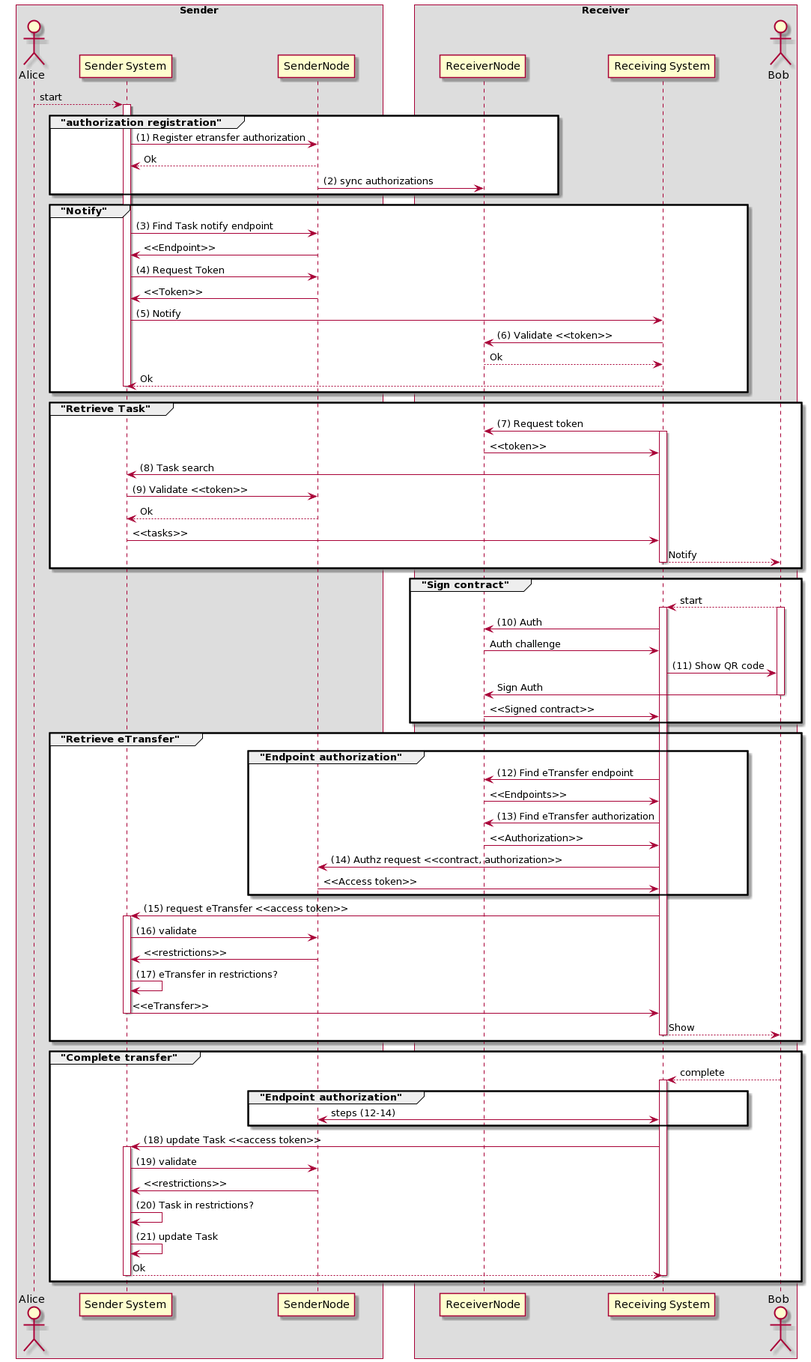
This is .gitbook/assets/etransfer.png from nuts-foundation/bolts, a PlantUML export, as it was before one commit. Its source is kept beside it as .gitbook/assets/etransfer.puml.
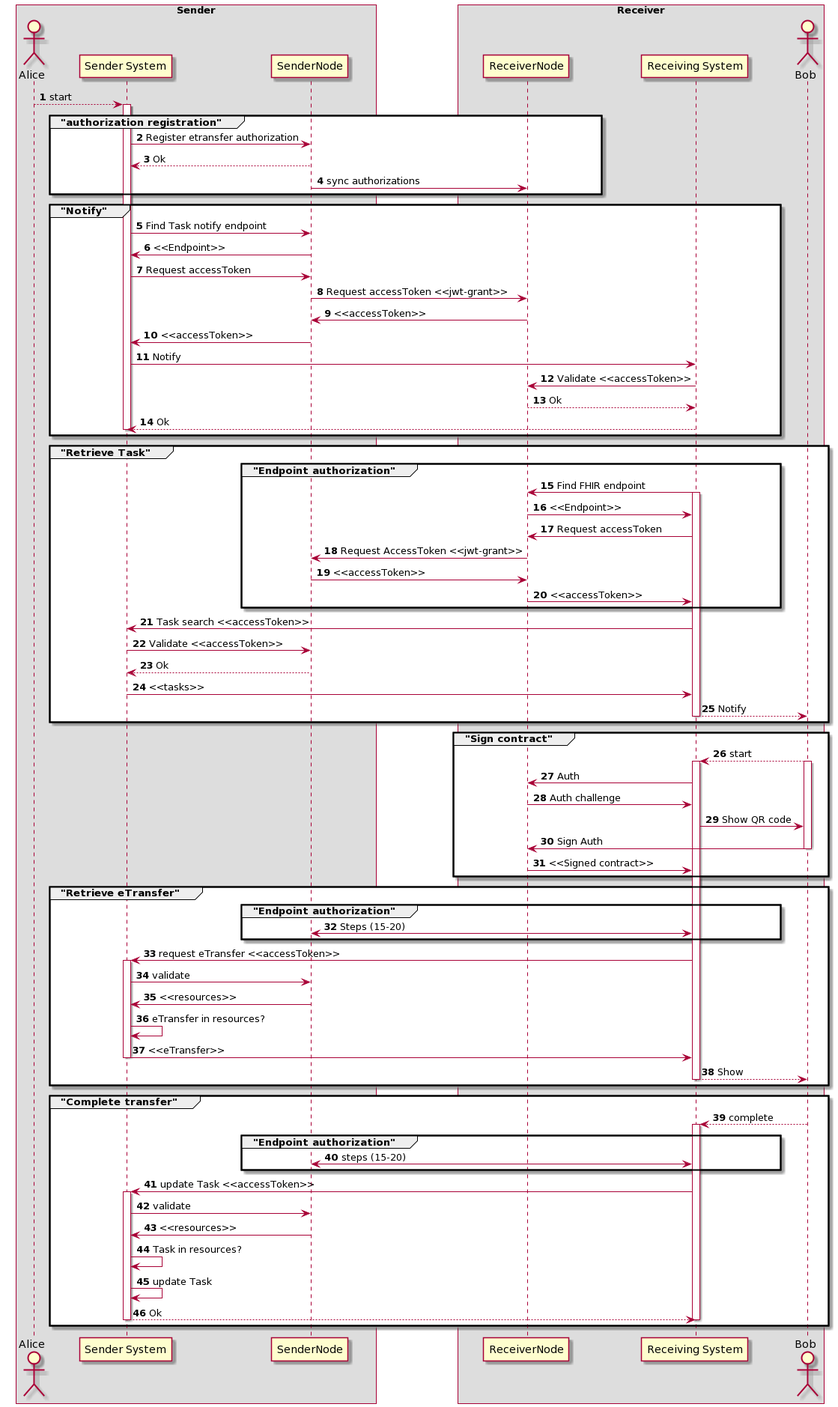
After the change.

Commit message:
changes to seq diagram. Added access policy and authorization contents

The edit, as a diff of the source:
```diff
@@ -1,4 +1,5 @@
 @startuml
+autonumber
 skinparam ParticipantPadding 30
 skinparam BoxPadding 20
 
@@ -16,29 +17,37 @@
 Alice --> Sender: start
 activate Sender
 group "authorization registration"
-  Sender -> SenderNode: (1) Register etransfer authorization
+  Sender -> SenderNode: Register etransfer authorization
   SenderNode --> Sender: Ok
-  SenderNode -> ReceiverNode: (2) sync authorizations
+  SenderNode -> ReceiverNode: sync authorizations
 end
 
 group "Notify"
-  Sender -> SenderNode: (3) Find Task notify endpoint
+  Sender -> SenderNode: Find Task notify endpoint
   SenderNode -> Sender: <<Endpoint>>
-  Sender -> SenderNode: (4) Request Token
-  SenderNode -> Sender: <<Token>>
-  Sender -> Receiver: (5) Notify
-  Receiver -> ReceiverNode: (6) Validate <<token>>
+  Sender -> SenderNode: Request accessToken
+  SenderNode -> ReceiverNode:Request accessToken <<jwt-grant>>
+  ReceiverNode -> SenderNode: <<accessToken>>
+  SenderNode -> Sender: <<accessToken>>
+  Sender -> Receiver: Notify
+  Receiver -> ReceiverNode: Validate <<accessToken>>
   ReceiverNode --> Receiver: Ok
   Receiver --> Sender: Ok
   deactivate Sender
 end
 
 group "Retrieve Task"
-  Receiver -> ReceiverNode: (7) Request token
-  activate Receiver
-  ReceiverNode -> Receiver: <<token>>
-  Receiver -> Sender: (8) Task search
-  Sender -> SenderNode: (9) Validate <<token>>
+  group "Endpoint authorization"
+    Receiver -> ReceiverNode: Find FHIR endpoint
+    activate Receiver
+    ReceiverNode -> Receiver: <<Endpoint>>
+    Receiver -> ReceiverNode: Request accessToken
+    ReceiverNode -> SenderNode: Request AccessToken <<jwt-grant>>
+    SenderNode -> ReceiverNode: <<accessToken>>
+    ReceiverNode -> Receiver: <<accessToken>>
+  end
+  Receiver -> Sender: Task search <<accessToken>>
+  Sender -> SenderNode: Validate <<accessToken>>
   SenderNode --> Sender: Ok
   Sender -> Receiver: <<tasks>>
   Receiver --> Bob: Notify
@@ -49,9 +58,9 @@
   Bob --> Receiver: start
   activate Bob
   activate Receiver
-  Receiver -> ReceiverNode: (10) Auth
+  Receiver -> ReceiverNode: Auth
   ReceiverNode -> Receiver: Auth challenge
-  Receiver -> Bob: (11) Show QR code
+  Receiver -> Bob: Show QR code
   Bob -> ReceiverNode: Sign Auth
   deactivate Bob
   ReceiverNode -> Receiver: <<Signed contract>>
@@ -59,18 +68,13 @@
 
 group "Retrieve eTransfer"
   group "Endpoint authorization"
-   Receiver -> ReceiverNode: (12) Find eTransfer endpoint
-   ReceiverNode -> Receiver: <<Endpoints>>
-   Receiver -> ReceiverNode: (13) Find eTransfer authorization
-   ReceiverNode -> Receiver: <<Authorization>>
-   Receiver -> SenderNode: (14) Authz request <<contract, authorization>>
-   SenderNode -> Receiver: <<Access token>>
+   Receiver <-> SenderNode: Steps (15-20)
   end
-  Receiver -> Sender: (15) request eTransfer <<access token>>
+  Receiver -> Sender: request eTransfer <<accessToken>>
   activate Sender
-  Sender -> SenderNode: (16) validate
-  SenderNode -> Sender: <<restrictions>>
-  Sender -> Sender: (17) eTransfer in restrictions?
+  Sender -> SenderNode: validate
+  SenderNode -> Sender: <<resources>>
+  Sender -> Sender: eTransfer in resources?
   Sender -> Receiver: <<eTransfer>>
   deactivate Sender
   Receiver --> Bob: Show
@@ -81,14 +85,14 @@
   Bob --> Receiver: complete
   activate Receiver
   group "Endpoint authorization"
-    Receiver <-> SenderNode: steps (12-14)
+    Receiver <-> SenderNode: steps (15-20)
   end
-  Receiver -> Sender: (18) update Task <<access token>>
+  Receiver -> Sender: update Task <<accessToken>>
   activate Sender
-  Sender -> SenderNode: (19) validate
-  SenderNode -> Sender: <<restrictions>>
-  Sender -> Sender: (20) Task in restrictions?
-  Sender -> Sender: (21) update Task
+  Sender -> SenderNode: validate
+  SenderNode -> Sender: <<resources>>
+  Sender -> Sender: Task in resources?
+  Sender -> Sender: update Task
   Sender --> Receiver: Ok
   deactivate Sender
   deactivate Receiver
```
